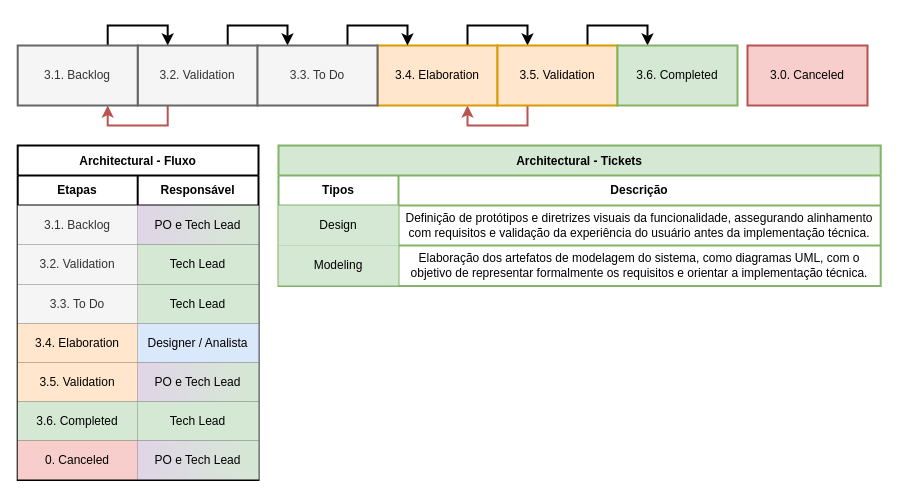
DimasPicinato/Metodologia-PI keeps this draw.io diagram as page "Fluxo - Architectural" (6 of 9) of modelagem de processos.drawio. Above is the earlier version. Source tidied: cells renumbered, new cells numbered last; positions are measured from the earlier drawing's top-left corner, leaving out a move shared by most shapes. Both pictures are drawn from the tidied source at 100%, with x=0, y=0 at pixel (17, 45).
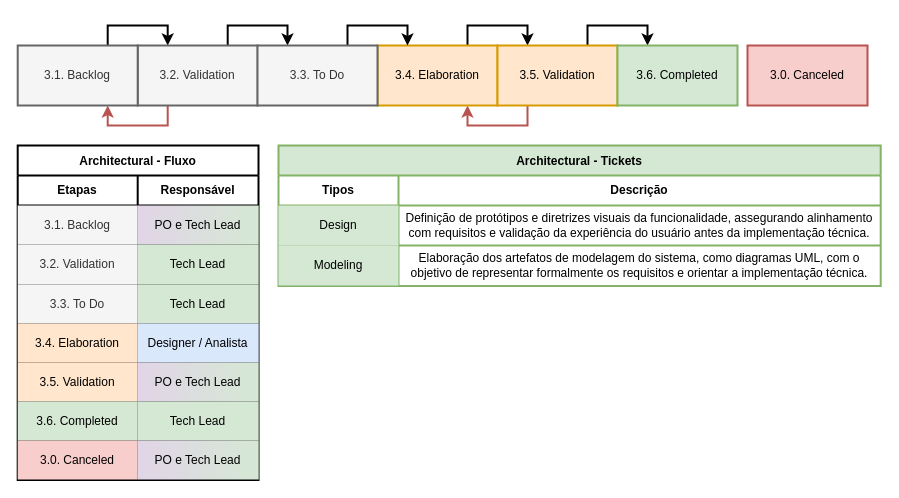
The same diagram, later.

The change refers to these unchanged cells:
```xml
<mxCell id="34" style="shape=tableRow;horizontal=0;startSize=0;swimlaneHead=0;swimlaneBody=0;strokeColor=inherit;top=0;left=0;bottom=0;right=0;fillColor=none;" parent="12" vertex="1">
  <mxGeometry y="295" width="240.8" height="39" as="geometry" />
</mxCell>
```

Diff of the diagram source:
```diff
@@
-    <mxCell id="35" value="0. Canceled" style="shape=partialRectangle;html=1;whiteSpace=wrap;strokeColor=#b85450;overflow=hidden;fillColor=#f8cecc;top=0;left=0;bottom=0;right=0;" parent="34" vertex="1">
+    <mxCell id="35" value="3.0. Canceled" style="shape=partialRectangle;html=1;whiteSpace=wrap;strokeColor=#b85450;overflow=hidden;fillColor=#f8cecc;top=0;left=0;bottom=0;right=0;" parent="34" vertex="1">
       <mxGeometry width="120" height="39" as="geometry" />
     </mxCell>
```
